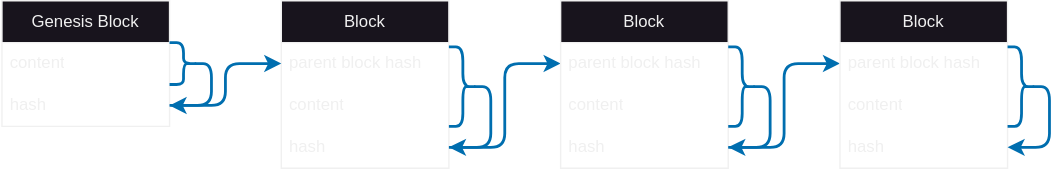
The draw.io diagram Documentation/Walytis/Meaning/LinearBlockChaining.drawio.svg in emendir/WalytisTechnologies, before a commit. Source tidied: cells renumbered, new cells last; positions are measured from the earlier drawing's top-left corner, leaving out a move shared by most shapes.
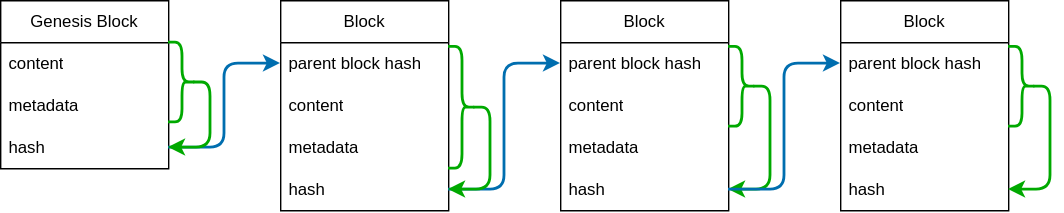
After the commit.

Diff of the diagram source:
```diff
@@ -3,7 +3,7 @@
     <mxCell id="0" />
     <mxCell id="1" parent="0" />
     <mxCell id="2" value="Block" style="swimlane;fontStyle=0;horizontal=1;startSize=30;whiteSpace=wrap;html=1;" parent="1" vertex="1">
-      <mxGeometry x="200" width="120" height="120" as="geometry" />
+      <mxGeometry x="200" width="120" height="150" as="geometry" />
     </mxCell>
     <mxCell id="3" value="parent block hash" style="text;strokeColor=none;fillColor=none;align=left;verticalAlign=middle;spacingLeft=4;spacingRight=4;overflow=hidden;points=[[0,0.5],[1,0.5]];portConstraint=eastwest;whiteSpace=wrap;html=1;" parent="2" vertex="1">
       <mxGeometry y="30" width="120" height="30" as="geometry" />
@@ -11,48 +11,38 @@
     <mxCell id="4" value="content" style="text;strokeColor=none;fillColor=none;align=left;verticalAlign=middle;spacingLeft=4;spacingRight=4;overflow=hidden;whiteSpace=wrap;html=1;" parent="2" vertex="1">
       <mxGeometry y="60" width="120" height="30" as="geometry" />
     </mxCell>
-    <mxCell id="5" value="hash" style="text;strokeColor=none;fillColor=none;align=left;verticalAlign=middle;spacingLeft=4;spacingRight=4;overflow=hidden;points=[[0,0.5],[1,0.5]];portConstraint=eastwest;whiteSpace=wrap;html=1;" parent="2" vertex="1">
+    <mxCell id="5" value="metadata" style="text;strokeColor=none;fillColor=none;align=left;verticalAlign=middle;spacingLeft=4;spacingRight=4;overflow=hidden;points=[[0,0.5],[1,0.5]];portConstraint=eastwest;whiteSpace=wrap;html=1;" parent="2" vertex="1">
       <mxGeometry y="90" width="120" height="30" as="geometry" />
     </mxCell>
+    <mxCell id="28" value="hash" style="text;strokeColor=none;fillColor=none;align=left;verticalAlign=middle;spacingLeft=4;spacingRight=4;overflow=hidden;points=[[0,0.5],[1,0.5]];portConstraint=eastwest;whiteSpace=wrap;html=1;" parent="2" vertex="1">
+      <mxGeometry y="120" width="120" height="30" as="geometry" />
+    </mxCell>
     <mxCell id="6" value="Genesis Block" style="swimlane;fontStyle=0;horizontal=1;startSize=30;whiteSpace=wrap;html=1;" parent="1" vertex="1">
-      <mxGeometry width="120" height="90" as="geometry" />
+      <mxGeometry width="120" height="120" as="geometry" />
     </mxCell>
     <mxCell id="7" value="content" style="text;strokeColor=none;fillColor=none;align=left;verticalAlign=middle;spacingLeft=4;spacingRight=4;overflow=hidden;whiteSpace=wrap;html=1;" parent="6" vertex="1">
       <mxGeometry y="30" width="120" height="30" as="geometry" />
     </mxCell>
+    <mxCell id="29" value="metadata" style="text;strokeColor=none;fillColor=none;align=left;verticalAlign=middle;spacingLeft=4;spacingRight=4;overflow=hidden;whiteSpace=wrap;html=1;" parent="6" vertex="1">
+      <mxGeometry y="60" width="120" height="30" as="geometry" />
+    </mxCell>
     <mxCell id="8" value="hash" style="text;strokeColor=none;fillColor=none;align=left;verticalAlign=middle;spacingLeft=4;spacingRight=4;overflow=hidden;points=[[0,0.5],[1,0.5]];portConstraint=eastwest;whiteSpace=wrap;html=1;" parent="6" vertex="1">
-      <mxGeometry y="60" width="120" height="30" as="geometry" />
+      <mxGeometry y="90" width="120" height="30" as="geometry" />
     </mxCell>
-    <mxCell id="9" style="edgeStyle=orthogonalEdgeStyle;rounded=1;jettySize=auto;html=1;exitX=0.1;exitY=0.5;exitDx=0;exitDy=0;exitPerimeter=0;entryX=1;entryY=0.5;entryDx=0;entryDy=0;curved=0;fillColor=#1ba1e2;strokeColor=#006EAF;strokeWidth=2;" parent="1" edge="1" source="10" target="5">
-      <mxGeometry relative="1" as="geometry">
-        <Array as="points">
-          <mxPoint x="350" y="62" />
-          <mxPoint x="350" y="105" />
-        </Array>
-      </mxGeometry>
-    </mxCell>
-    <mxCell id="10" style="shape=curlyBracket;whiteSpace=wrap;html=1;rounded=1;flipH=1;labelPosition=right;verticalLabelPosition=middle;align=left;verticalAlign=middle;fillColor=#1ba1e2;fontColor=#ffffff;strokeColor=#006EAF;strokeWidth=2;" parent="1" vertex="1">
-      <mxGeometry x="320" y="33" width="20" height="57" as="geometry" />
+    <mxCell id="10" style="shape=curlyBracket;whiteSpace=wrap;html=1;rounded=1;flipH=1;labelPosition=right;verticalLabelPosition=middle;align=left;verticalAlign=middle;fillColor=#1ba1e2;fontColor=#ffffff;strokeColor=#00A900;strokeWidth=2;" parent="1" vertex="1">
+      <mxGeometry x="320" y="33" width="20" height="87" as="geometry" />
     </mxCell>
-    <mxCell id="11" style="edgeStyle=orthogonalEdgeStyle;rounded=1;jettySize=auto;html=1;exitX=0.1;exitY=0.5;exitDx=0;exitDy=0;exitPerimeter=0;entryX=1;entryY=0.5;entryDx=0;entryDy=0;curved=0;fillColor=#1ba1e2;strokeColor=#006EAF;strokeWidth=2;" parent="1" edge="1" source="12" target="8">
-      <mxGeometry relative="1" as="geometry">
-        <Array as="points">
-          <mxPoint x="150" y="45" />
-          <mxPoint x="150" y="75" />
-        </Array>
-      </mxGeometry>
-    </mxCell>
-    <mxCell id="12" style="shape=curlyBracket;whiteSpace=wrap;html=1;rounded=1;flipH=1;labelPosition=right;verticalLabelPosition=middle;align=left;verticalAlign=middle;fillColor=#1ba1e2;fontColor=#ffffff;strokeColor=#006EAF;strokeWidth=2;" parent="1" vertex="1">
-      <mxGeometry x="120" y="30" width="20" height="30" as="geometry" />
+    <mxCell id="12" style="shape=curlyBracket;whiteSpace=wrap;html=1;rounded=1;flipH=1;labelPosition=right;verticalLabelPosition=middle;align=left;verticalAlign=middle;fillColor=#1ba1e2;fontColor=#ffffff;strokeColor=#00A900;strokeWidth=2;" parent="1" vertex="1">
+      <mxGeometry x="120" y="30" width="20" height="57" as="geometry" />
     </mxCell>
     <mxCell id="13" style="edgeStyle=orthogonalEdgeStyle;rounded=1;jettySize=auto;html=1;exitX=1;exitY=0.5;exitDx=0;exitDy=0;entryX=0;entryY=0.5;entryDx=0;entryDy=0;curved=0;fillColor=#1ba1e2;strokeColor=#006EAF;strokeWidth=2;" parent="1" edge="1" source="8" target="3">
       <mxGeometry relative="1" as="geometry" />
     </mxCell>
-    <mxCell id="14" style="edgeStyle=orthogonalEdgeStyle;rounded=1;jettySize=auto;html=1;exitX=1;exitY=0.5;exitDx=0;exitDy=0;entryX=0;entryY=0.5;entryDx=0;entryDy=0;curved=0;fillColor=#1ba1e2;strokeColor=#006EAF;strokeWidth=2;" parent="1" edge="1" source="5" target="16">
-      <mxGeometry relative="1" as="geometry" />
+    <mxCell id="14" style="edgeStyle=orthogonalEdgeStyle;rounded=1;jettySize=auto;html=1;entryX=0;entryY=0.5;entryDx=0;entryDy=0;curved=0;fillColor=#1ba1e2;strokeColor=#006EAF;strokeWidth=2;" parent="1" edge="1" source="28" target="16">
+      <mxGeometry x="0.18" relative="1" as="geometry" />
     </mxCell>
     <mxCell id="15" value="Block" style="swimlane;fontStyle=0;horizontal=1;startSize=30;whiteSpace=wrap;html=1;" parent="1" vertex="1">
-      <mxGeometry x="400" width="120" height="120" as="geometry" />
+      <mxGeometry x="400" width="120" height="150" as="geometry" />
     </mxCell>
     <mxCell id="16" value="parent block hash" style="text;strokeColor=none;fillColor=none;align=left;verticalAlign=middle;spacingLeft=4;spacingRight=4;overflow=hidden;points=[[0,0.5],[1,0.5]];portConstraint=eastwest;whiteSpace=wrap;html=1;" parent="15" vertex="1">
       <mxGeometry y="30" width="120" height="30" as="geometry" />
@@ -60,25 +50,44 @@
     <mxCell id="17" value="content" style="text;strokeColor=none;fillColor=none;align=left;verticalAlign=middle;spacingLeft=4;spacingRight=4;overflow=hidden;whiteSpace=wrap;html=1;" parent="15" vertex="1">
       <mxGeometry y="60" width="120" height="30" as="geometry" />
     </mxCell>
+    <mxCell id="30" value="metadata" style="text;strokeColor=none;fillColor=none;align=left;verticalAlign=middle;spacingLeft=4;spacingRight=4;overflow=hidden;whiteSpace=wrap;html=1;" parent="15" vertex="1">
+      <mxGeometry y="90" width="120" height="30" as="geometry" />
+    </mxCell>
     <mxCell id="18" value="hash" style="text;strokeColor=none;fillColor=none;align=left;verticalAlign=middle;spacingLeft=4;spacingRight=4;overflow=hidden;points=[[0,0.5],[1,0.5]];portConstraint=eastwest;whiteSpace=wrap;html=1;" parent="15" vertex="1">
-      <mxGeometry y="90" width="120" height="30" as="geometry" />
+      <mxGeometry y="120" width="120" height="30" as="geometry" />
     </mxCell>
-    <mxCell id="19" style="edgeStyle=orthogonalEdgeStyle;rounded=1;jettySize=auto;html=1;exitX=0.1;exitY=0.5;exitDx=0;exitDy=0;exitPerimeter=0;entryX=1;entryY=0.5;entryDx=0;entryDy=0;curved=0;fillColor=#1ba1e2;strokeColor=#006EAF;strokeWidth=2;" parent="1" edge="1" source="20" target="18">
+    <mxCell id="19" style="edgeStyle=orthogonalEdgeStyle;rounded=1;jettySize=auto;html=1;exitX=0.1;exitY=0.5;exitDx=0;exitDy=0;exitPerimeter=0;entryX=1;entryY=0.5;entryDx=0;entryDy=0;curved=0;fillColor=#1ba1e2;strokeColor=#00A900;strokeWidth=2;" parent="1" edge="1" source="20" target="18">
       <mxGeometry relative="1" as="geometry">
         <Array as="points">
-          <mxPoint x="550" y="62" />
-          <mxPoint x="550" y="105" />
+          <mxPoint x="550" y="61.5" />
+          <mxPoint x="550" y="135" />
         </Array>
       </mxGeometry>
     </mxCell>
-    <mxCell id="20" style="shape=curlyBracket;whiteSpace=wrap;html=1;rounded=1;flipH=1;labelPosition=right;verticalLabelPosition=middle;align=left;verticalAlign=middle;fillColor=#1ba1e2;fontColor=#ffffff;strokeColor=#006EAF;strokeWidth=2;" parent="1" vertex="1">
+    <mxCell id="20" style="shape=curlyBracket;whiteSpace=wrap;html=1;rounded=1;flipH=1;labelPosition=right;verticalLabelPosition=middle;align=left;verticalAlign=middle;fillColor=#1ba1e2;fontColor=#ffffff;strokeColor=#00A900;strokeWidth=2;" parent="1" vertex="1">
       <mxGeometry x="520" y="33" width="20" height="57" as="geometry" />
     </mxCell>
+    <mxCell id="11" style="edgeStyle=orthogonalEdgeStyle;rounded=1;jettySize=auto;html=1;exitX=0.1;exitY=0.5;exitDx=0;exitDy=0;exitPerimeter=0;entryX=1;entryY=0.5;entryDx=0;entryDy=0;curved=0;fillColor=#1ba1e2;strokeColor=#00A900;strokeWidth=2;" parent="1" edge="1" source="12" target="8">
+      <mxGeometry x="-0.3" relative="1" as="geometry">
+        <Array as="points">
+          <mxPoint x="150" y="58.5" />
+          <mxPoint x="150" y="105" />
+        </Array>
+      </mxGeometry>
+    </mxCell>
+    <mxCell id="9" style="edgeStyle=orthogonalEdgeStyle;rounded=1;jettySize=auto;html=1;exitX=0.1;exitY=0.5;exitDx=0;exitDy=0;exitPerimeter=0;curved=0;fillColor=#1ba1e2;strokeColor=#00A900;strokeWidth=2;" parent="1" edge="1" source="10" target="28">
+      <mxGeometry x="-0.62" relative="1" as="geometry">
+        <Array as="points">
+          <mxPoint x="350" y="76.5" />
+          <mxPoint x="350" y="135" />
+        </Array>
+      </mxGeometry>
+    </mxCell>
-    <mxCell id="21" style="edgeStyle=orthogonalEdgeStyle;rounded=1;jettySize=auto;html=1;exitX=1;exitY=0.5;exitDx=0;exitDy=0;entryX=0;entryY=0.5;entryDx=0;entryDy=0;curved=0;fillColor=#1ba1e2;strokeColor=#006EAF;strokeWidth=2;" parent="1" edge="1" source="18" target="23">
-      <mxGeometry relative="1" as="geometry" />
+    <mxCell id="21" style="edgeStyle=orthogonalEdgeStyle;rounded=1;jettySize=auto;html=1;entryX=0;entryY=0.5;entryDx=0;entryDy=0;curved=0;fillColor=#1ba1e2;strokeColor=#006EAF;strokeWidth=2;exitX=1;exitY=0.5;exitDx=0;exitDy=0;" parent="1" edge="1" source="18" target="23">
+      <mxGeometry x="0.18" relative="1" as="geometry" />
     </mxCell>
     <mxCell id="22" value="Block" style="swimlane;fontStyle=0;horizontal=1;startSize=30;whiteSpace=wrap;html=1;" parent="1" vertex="1">
-      <mxGeometry x="600" width="120" height="120" as="geometry" />
+      <mxGeometry x="600" width="120" height="150" as="geometry" />
     </mxCell>
     <mxCell id="23" value="parent block hash" style="text;strokeColor=none;fillColor=none;align=left;verticalAlign=middle;spacingLeft=4;spacingRight=4;overflow=hidden;points=[[0,0.5],[1,0.5]];portConstraint=eastwest;whiteSpace=wrap;html=1;" parent="22" vertex="1">
       <mxGeometry y="30" width="120" height="30" as="geometry" />
@@ -86,19 +95,22 @@
     <mxCell id="24" value="content" style="text;strokeColor=none;fillColor=none;align=left;verticalAlign=middle;spacingLeft=4;spacingRight=4;overflow=hidden;whiteSpace=wrap;html=1;" parent="22" vertex="1">
       <mxGeometry y="60" width="120" height="30" as="geometry" />
     </mxCell>
-    <mxCell id="25" value="hash" style="text;strokeColor=none;fillColor=none;align=left;verticalAlign=middle;spacingLeft=4;spacingRight=4;overflow=hidden;points=[[0,0.5],[1,0.5]];portConstraint=eastwest;whiteSpace=wrap;html=1;" parent="22" vertex="1">
-      <mxGeometry y="90" width="120" height="30" as="geometry" />
-    </mxCell>
-    <mxCell id="26" style="edgeStyle=orthogonalEdgeStyle;rounded=1;jettySize=auto;html=1;exitX=0.1;exitY=0.5;exitDx=0;exitDy=0;exitPerimeter=0;entryX=1;entryY=0.5;entryDx=0;entryDy=0;curved=0;strokeWidth=2;fillColor=#1ba1e2;strokeColor=#006EAF;" parent="1" edge="1" source="27" target="25">
-      <mxGeometry relative="1" as="geometry">
-        <Array as="points">
-          <mxPoint x="750" y="62" />
-          <mxPoint x="750" y="105" />
-        </Array>
-      </mxGeometry>
-    </mxCell>
-    <mxCell id="27" style="shape=curlyBracket;whiteSpace=wrap;html=1;rounded=1;flipH=1;labelPosition=right;verticalLabelPosition=middle;align=left;verticalAlign=middle;strokeWidth=2;fillColor=#1ba1e2;fontColor=#ffffff;strokeColor=#006EAF;" parent="1" vertex="1">
-      <mxGeometry x="720" y="33" width="20" height="57" as="geometry" />
-    </mxCell>
+    <mxCell id="31" value="metadata" style="text;strokeColor=none;fillColor=none;align=left;verticalAlign=middle;spacingLeft=4;spacingRight=4;overflow=hidden;whiteSpace=wrap;html=1;" parent="22" vertex="1">
+      <mxGeometry y="90" width="120" height="30" as="geometry" />
+    </mxCell>
+    <mxCell id="32" value="hash" style="text;strokeColor=none;fillColor=none;align=left;verticalAlign=middle;spacingLeft=4;spacingRight=4;overflow=hidden;points=[[0,0.5],[1,0.5]];portConstraint=eastwest;whiteSpace=wrap;html=1;" parent="22" vertex="1">
+      <mxGeometry y="120" width="120" height="30" as="geometry" />
+    </mxCell>
+    <mxCell id="33" style="edgeStyle=orthogonalEdgeStyle;rounded=1;jettySize=auto;html=1;exitX=0.1;exitY=0.5;exitDx=0;exitDy=0;exitPerimeter=0;entryX=1;entryY=0.5;entryDx=0;entryDy=0;curved=0;fillColor=#1ba1e2;strokeColor=#00A900;strokeWidth=2;" parent="1" edge="1" source="34" target="32">
+      <mxGeometry relative="1" as="geometry">
+        <Array as="points">
+          <mxPoint x="750" y="61.5" />
+          <mxPoint x="750" y="135" />
+        </Array>
+      </mxGeometry>
+    </mxCell>
+    <mxCell id="34" style="shape=curlyBracket;whiteSpace=wrap;html=1;rounded=1;flipH=1;labelPosition=right;verticalLabelPosition=middle;align=left;verticalAlign=middle;fillColor=#1ba1e2;fontColor=#ffffff;strokeColor=#00A900;strokeWidth=2;" parent="1" vertex="1">
+      <mxGeometry x="720" y="33" width="20" height="57" as="geometry" />
+    </mxCell>
   </root>
 </mxGraphModel>
```
